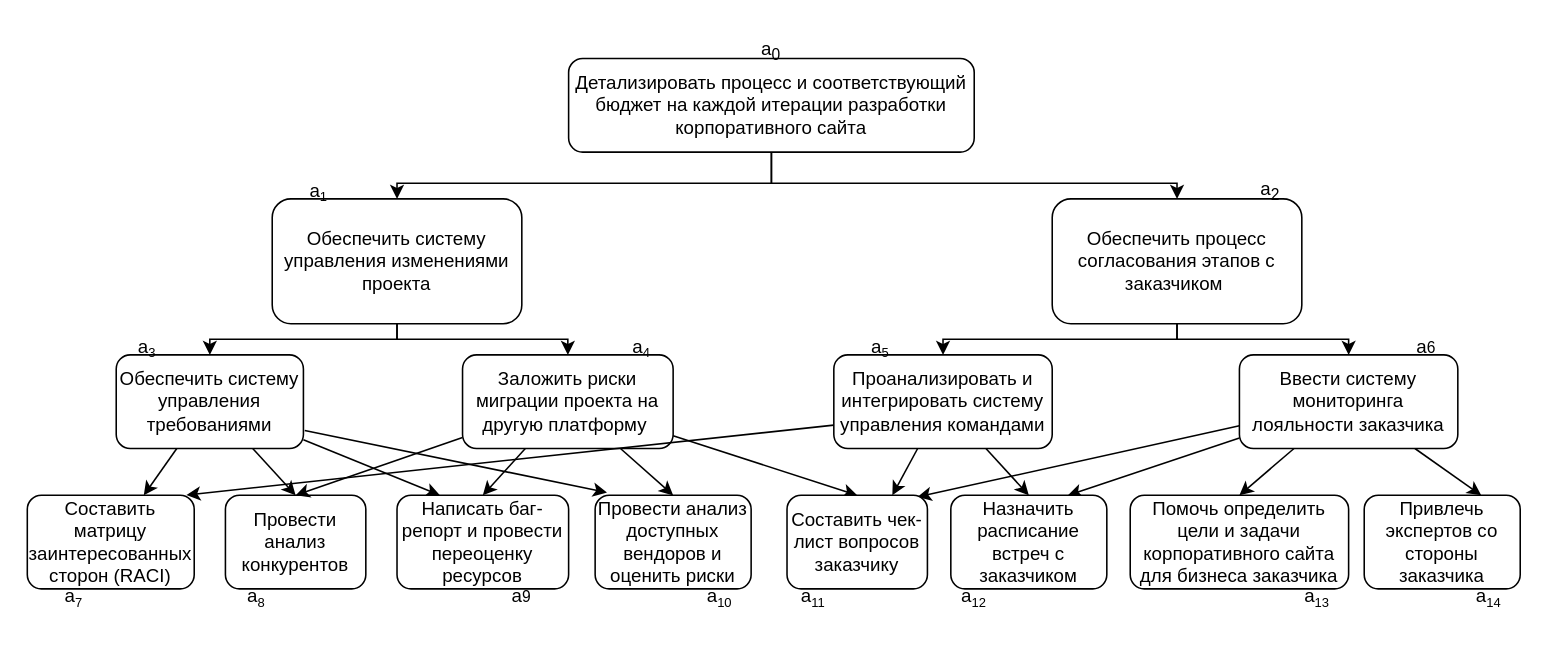
Before: page "Дерево целей" (8 of 8) of 3_курс/5_семестр/ТСиСА/Курсовая/модели2ч.drawio in Luzinsan/tusur, a draw.io diagram. Source tidied: cells renumbered, new cells numbered last; positions are measured from the earlier drawing's top-left corner, leaving out a move shared by most shapes. Both pictures are drawn from the tidied source at 156%, with x=0, y=0 at pixel (27, 27).
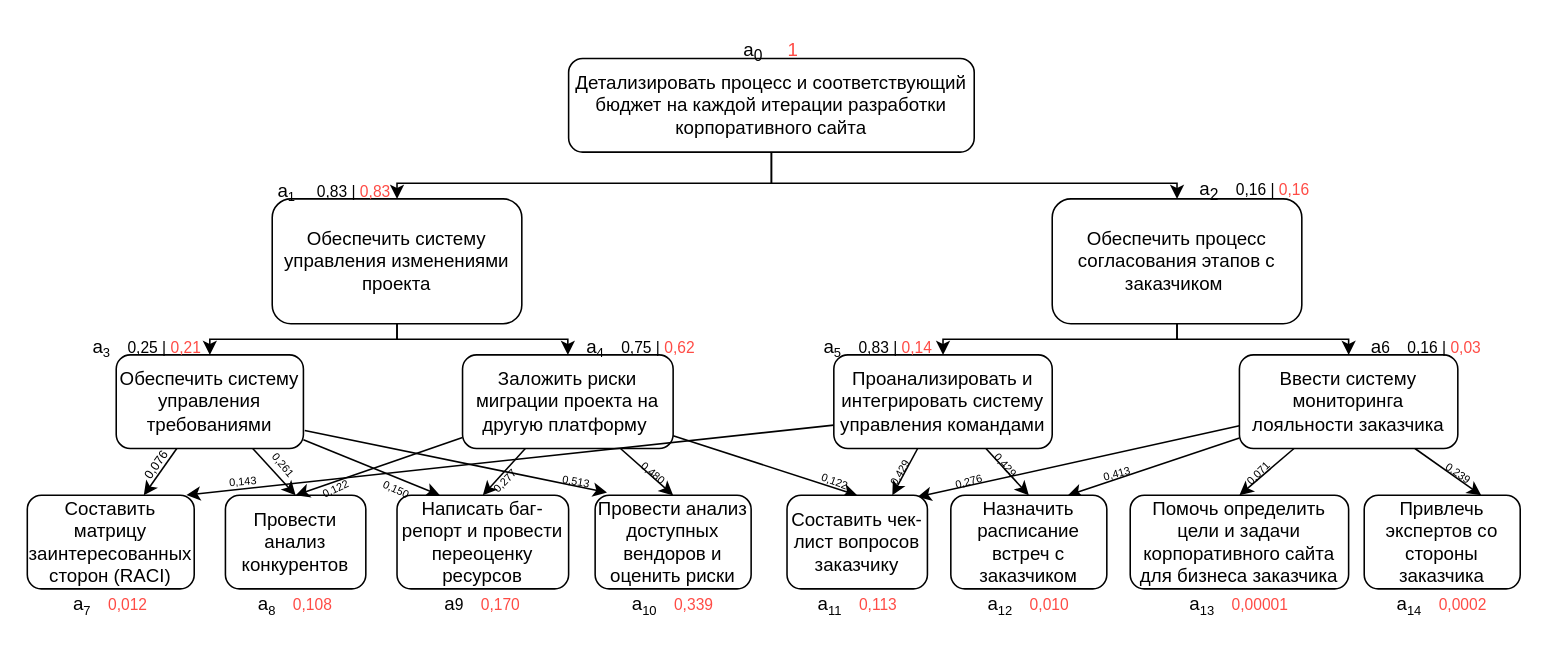
The same page after the edit.

What changed in the source:
```diff
@@
-    <mxCell id="38" value="a&lt;sub&gt;0&lt;/sub&gt;" style="text;html=1;strokeColor=none;fillColor=none;align=center;verticalAlign=middle;whiteSpace=wrap;rounded=0;" parent="1" vertex="1">
+    <mxCell id="38" value="a&lt;sub&gt;0&lt;/sub&gt;&lt;sup&gt;&amp;nbsp;&lt;/sup&gt;&amp;nbsp; &amp;nbsp; &lt;font color=&quot;#ff4b45&quot;&gt;1&lt;/font&gt;" style="text;html=1;strokeColor=none;fillColor=none;align=center;verticalAlign=middle;whiteSpace=wrap;rounded=0;" parent="1" vertex="1">
       <mxGeometry x="447" width="60" height="30" as="geometry" />
     </mxCell>
-    <mxCell id="39" value="a&lt;span style=&quot;font-size: 10px;&quot;&gt;&lt;sub&gt;1&lt;/sub&gt;&lt;/span&gt;" style="text;html=1;strokeColor=none;fillColor=none;align=center;verticalAlign=middle;whiteSpace=wrap;rounded=0;" parent="1" vertex="1">
-      <mxGeometry x="157" y="90" width="60" height="30" as="geometry" />
+    <mxCell id="39" value="a&lt;span style=&quot;font-size: 10px;&quot;&gt;&lt;sub&gt;1&lt;/sub&gt;&amp;nbsp; &amp;nbsp; &amp;nbsp;0,83 | &lt;font color=&quot;#ff4b45&quot;&gt;0,83&lt;/font&gt;&lt;/span&gt;" style="text;html=1;strokeColor=none;fillColor=none;align=center;verticalAlign=middle;whiteSpace=wrap;rounded=0;" parent="1" vertex="1">
+      <mxGeometry x="157" y="90" width="80" height="30" as="geometry" />
     </mxCell>
-    <mxCell id="40" value="a&lt;sub&gt;2&lt;/sub&gt;" style="text;html=1;strokeColor=none;fillColor=none;align=center;verticalAlign=middle;whiteSpace=wrap;rounded=0;" parent="1" vertex="1">
-      <mxGeometry x="767" y="90" width="60" height="30" as="geometry" />
+    <mxCell id="40" value="a&lt;sub&gt;2&lt;/sub&gt;&lt;span style=&quot;font-size: 10px;&quot;&gt;&amp;nbsp;&amp;nbsp; &amp;nbsp;0,16 |&amp;nbsp;&lt;/span&gt;&lt;font style=&quot;font-size: 10px;&quot; color=&quot;#ff4b45&quot;&gt;0,16&lt;/font&gt;" style="text;html=1;strokeColor=none;fillColor=none;align=center;verticalAlign=middle;whiteSpace=wrap;rounded=0;" parent="1" vertex="1">
+      <mxGeometry x="747" y="90" width="80" height="30" as="geometry" />
     </mxCell>
-    <mxCell id="41" value="a&lt;span style=&quot;font-size: 10px;&quot;&gt;&lt;sub&gt;3&lt;/sub&gt;&lt;/span&gt;" style="text;html=1;strokeColor=none;fillColor=none;align=center;verticalAlign=middle;whiteSpace=wrap;rounded=0;" parent="1" vertex="1">
-      <mxGeometry x="47" y="190" width="60" height="30" as="geometry" />
+    <mxCell id="41" value="a&lt;span style=&quot;font-size: 10px;&quot;&gt;&lt;sub&gt;3&lt;/sub&gt;&lt;/span&gt;&lt;span style=&quot;font-size: 10px;&quot;&gt;&amp;nbsp;&amp;nbsp; &amp;nbsp;0,25 |&amp;nbsp;&lt;/span&gt;&lt;font style=&quot;font-size: 10px;&quot; color=&quot;#ff4b45&quot;&gt;0,21&lt;/font&gt;" style="text;html=1;strokeColor=none;fillColor=none;align=center;verticalAlign=middle;whiteSpace=wrap;rounded=0;" parent="1" vertex="1">
+      <mxGeometry x="37" y="190" width="80" height="30" as="geometry" />
     </mxCell>
-    <mxCell id="42" value="a&lt;span style=&quot;font-size: 10px;&quot;&gt;&lt;sub&gt;4&lt;/sub&gt;&lt;/span&gt;" style="text;html=1;strokeColor=none;fillColor=none;align=center;verticalAlign=middle;whiteSpace=wrap;rounded=0;" parent="1" vertex="1">
-      <mxGeometry x="364" y="190" width="60" height="30" as="geometry" />
+    <mxCell id="42" value="a&lt;span style=&quot;font-size: 10px;&quot;&gt;&lt;sub&gt;4&lt;/sub&gt;&lt;/span&gt;&lt;span style=&quot;font-size: 10px;&quot;&gt;&amp;nbsp;&amp;nbsp; &amp;nbsp;0,75 |&amp;nbsp;&lt;/span&gt;&lt;font style=&quot;font-size: 10px;&quot; color=&quot;#ff4b45&quot;&gt;0,62&lt;/font&gt;" style="text;html=1;strokeColor=none;fillColor=none;align=center;verticalAlign=middle;whiteSpace=wrap;rounded=0;" parent="1" vertex="1">
+      <mxGeometry x="357" y="190" width="73" height="30" as="geometry" />
     </mxCell>
-    <mxCell id="43" value="a&lt;span style=&quot;font-size: 10px;&quot;&gt;&lt;sub&gt;7&lt;/sub&gt;&lt;/span&gt;" style="text;html=1;strokeColor=none;fillColor=none;align=center;verticalAlign=middle;whiteSpace=wrap;rounded=0;" parent="1" vertex="1">
-      <mxGeometry y="350" width="60" height="30" as="geometry" />
+    <mxCell id="43" value="a&lt;span style=&quot;font-size: 10px;&quot;&gt;&lt;sub&gt;7&lt;/sub&gt;&lt;/span&gt;&lt;span style=&quot;font-size: 10px;&quot;&gt;&amp;nbsp; &amp;nbsp; &lt;/span&gt;&lt;font style=&quot;font-size: 10px;&quot; color=&quot;#ff4b45&quot;&gt;0,012&lt;/font&gt;" style="text;html=1;strokeColor=none;fillColor=none;align=center;verticalAlign=middle;whiteSpace=wrap;rounded=0;" parent="1" vertex="1">
+      <mxGeometry x="15" y="360" width="77" height="20" as="geometry" />
     </mxCell>
-    <mxCell id="44" value="a&lt;span style=&quot;font-size: 10px;&quot;&gt;&lt;sub&gt;8&lt;/sub&gt;&lt;/span&gt;" style="text;html=1;strokeColor=none;fillColor=none;align=center;verticalAlign=middle;whiteSpace=wrap;rounded=0;" parent="1" vertex="1">
-      <mxGeometry x="117" y="350" width="60" height="30" as="geometry" />
+    <mxCell id="44" value="a&lt;span style=&quot;font-size: 10px;&quot;&gt;&lt;sub&gt;8&lt;/sub&gt;&lt;/span&gt;&lt;span style=&quot;font-size: 10px;&quot;&gt;&amp;nbsp;&amp;nbsp; &amp;nbsp;&lt;/span&gt;&lt;font style=&quot;font-size: 10px;&quot; color=&quot;#ff4b45&quot;&gt;0,108&lt;/font&gt;" style="text;html=1;strokeColor=none;fillColor=none;align=center;verticalAlign=middle;whiteSpace=wrap;rounded=0;" parent="1" vertex="1">
+      <mxGeometry x="132" y="360" width="80" height="20" as="geometry" />
     </mxCell>
-    <mxCell id="45" value="a&lt;span style=&quot;font-size: 10px;&quot;&gt;9&lt;/span&gt;" style="text;html=1;strokeColor=none;fillColor=none;align=center;verticalAlign=middle;whiteSpace=wrap;rounded=0;" parent="1" vertex="1">
-      <mxGeometry x="287" y="350" width="60" height="30" as="geometry" />
+    <mxCell id="45" value="a&lt;span style=&quot;font-size: 10px;&quot;&gt;9&lt;/span&gt;&lt;span style=&quot;font-size: 10px;&quot;&gt;&amp;nbsp;&amp;nbsp; &amp;nbsp;&lt;/span&gt;&lt;font style=&quot;font-size: 10px;&quot; color=&quot;#ff4b45&quot;&gt;0,170&lt;/font&gt;" style="text;html=1;strokeColor=none;fillColor=none;align=center;verticalAlign=middle;whiteSpace=wrap;rounded=0;" parent="1" vertex="1">
+      <mxGeometry x="252" y="360" width="80" height="20" as="geometry" />
     </mxCell>
-    <mxCell id="46" value="a&lt;span style=&quot;font-size: 10px;&quot;&gt;&lt;sub&gt;10&lt;/sub&gt;&lt;/span&gt;" style="text;html=1;strokeColor=none;fillColor=none;align=center;verticalAlign=middle;whiteSpace=wrap;rounded=0;" parent="1" vertex="1">
-      <mxGeometry x="414" y="350" width="60" height="30" as="geometry" />
+    <mxCell id="46" value="a&lt;span style=&quot;font-size: 10px;&quot;&gt;&lt;sub&gt;10&lt;/sub&gt;&lt;/span&gt;&lt;span style=&quot;font-size: 10px;&quot;&gt;&amp;nbsp;&amp;nbsp; &amp;nbsp;&lt;/span&gt;&lt;font style=&quot;font-size: 10px;&quot; color=&quot;#ff4b45&quot;&gt;0,339&lt;/font&gt;" style="text;html=1;strokeColor=none;fillColor=none;align=center;verticalAlign=middle;whiteSpace=wrap;rounded=0;" parent="1" vertex="1">
+      <mxGeometry x="373" y="360" width="82" height="20" as="geometry" />
     </mxCell>
-    <mxCell id="47" value="a&lt;span style=&quot;font-size: 10px;&quot;&gt;&lt;sub&gt;11&lt;/sub&gt;&lt;/span&gt;" style="text;html=1;strokeColor=none;fillColor=none;align=center;verticalAlign=middle;whiteSpace=wrap;rounded=0;" parent="1" vertex="1">
-      <mxGeometry x="474" y="350" width="60" height="30" as="geometry" />
+    <mxCell id="47" value="a&lt;span style=&quot;font-size: 10px;&quot;&gt;&lt;sub&gt;11&lt;/sub&gt;&lt;/span&gt;&lt;span style=&quot;font-size: 10px;&quot;&gt;&amp;nbsp;&amp;nbsp; &amp;nbsp;&lt;/span&gt;&lt;font style=&quot;font-size: 10px;&quot; color=&quot;#ff4b45&quot;&gt;0,113&lt;/font&gt;" style="text;html=1;strokeColor=none;fillColor=none;align=center;verticalAlign=middle;whiteSpace=wrap;rounded=0;" parent="1" vertex="1">
+      <mxGeometry x="490.5" y="360" width="83" height="20" as="geometry" />
     </mxCell>
-    <mxCell id="48" value="a&lt;span style=&quot;font-size: 10px;&quot;&gt;&lt;sub&gt;12&lt;/sub&gt;&lt;/span&gt;" style="text;html=1;strokeColor=none;fillColor=none;align=center;verticalAlign=middle;whiteSpace=wrap;rounded=0;" parent="1" vertex="1">
-      <mxGeometry x="577" y="350" width="60" height="30" as="geometry" />
+    <mxCell id="48" value="a&lt;span style=&quot;font-size: 10px;&quot;&gt;&lt;sub&gt;12&lt;/sub&gt;&lt;/span&gt;&lt;span style=&quot;font-size: 10px;&quot;&gt;&amp;nbsp;&amp;nbsp; &amp;nbsp;&lt;/span&gt;&lt;font style=&quot;font-size: 10px;&quot; color=&quot;#ff4b45&quot;&gt;0,010&lt;/font&gt;" style="text;html=1;strokeColor=none;fillColor=none;align=center;verticalAlign=middle;whiteSpace=wrap;rounded=0;" parent="1" vertex="1">
+      <mxGeometry x="612" y="360" width="60" height="20" as="geometry" />
     </mxCell>
-    <mxCell id="49" value="a&lt;span style=&quot;font-size: 10px;&quot;&gt;&lt;sub&gt;5&lt;/sub&gt;&lt;/span&gt;" style="text;html=1;strokeColor=none;fillColor=none;align=center;verticalAlign=middle;whiteSpace=wrap;rounded=0;" parent="1" vertex="1">
-      <mxGeometry x="517" y="190" width="60" height="30" as="geometry" />
+    <mxCell id="49" value="a&lt;span style=&quot;font-size: 10px;&quot;&gt;&lt;sub&gt;5&lt;/sub&gt;&lt;/span&gt;&lt;span style=&quot;font-size: 10px;&quot;&gt;&amp;nbsp;&amp;nbsp; &amp;nbsp;0,83 |&amp;nbsp;&lt;/span&gt;&lt;font style=&quot;font-size: 10px;&quot; color=&quot;#ff4b45&quot;&gt;0,14&amp;nbsp;&lt;/font&gt;" style="text;html=1;strokeColor=none;fillColor=none;align=center;verticalAlign=middle;whiteSpace=wrap;rounded=0;" parent="1" vertex="1">
+      <mxGeometry x="507" y="190" width="80" height="30" as="geometry" />
     </mxCell>
-    <mxCell id="50" value="a&lt;span style=&quot;font-size: 10px;&quot;&gt;6&lt;/span&gt;" style="text;html=1;strokeColor=none;fillColor=none;align=center;verticalAlign=middle;whiteSpace=wrap;rounded=0;" parent="1" vertex="1">
-      <mxGeometry x="867" y="190" width="60" height="30" as="geometry" />
+    <mxCell id="50" value="a&lt;span style=&quot;font-size: 10px;&quot;&gt;6&lt;/span&gt;&lt;span style=&quot;font-size: 10px;&quot;&gt;&amp;nbsp;&amp;nbsp; &amp;nbsp;0,16 |&amp;nbsp;&lt;/span&gt;&lt;font style=&quot;font-size: 10px;&quot; color=&quot;#ff4b45&quot;&gt;0,03&lt;/font&gt;" style="text;html=1;strokeColor=none;fillColor=none;align=center;verticalAlign=middle;whiteSpace=wrap;rounded=0;" parent="1" vertex="1">
+      <mxGeometry x="857" y="190" width="80" height="30" as="geometry" />
     </mxCell>
-    <mxCell id="51" value="a&lt;span style=&quot;font-size: 10px;&quot;&gt;&lt;sub&gt;13&lt;/sub&gt;&lt;/span&gt;" style="text;html=1;strokeColor=none;fillColor=none;align=center;verticalAlign=middle;whiteSpace=wrap;rounded=0;" parent="1" vertex="1">
-      <mxGeometry x="797" y="350" width="60" height="30" as="geometry" />
+    <mxCell id="51" value="a&lt;span style=&quot;font-size: 10px;&quot;&gt;&lt;sub&gt;13&lt;/sub&gt;&lt;/span&gt;&lt;span style=&quot;font-size: 10px;&quot;&gt;&amp;nbsp;&amp;nbsp; &amp;nbsp;&lt;/span&gt;&lt;font style=&quot;font-size: 10px;&quot; color=&quot;#ff4b45&quot;&gt;0,00001&lt;/font&gt;" style="text;html=1;strokeColor=none;fillColor=none;align=center;verticalAlign=middle;whiteSpace=wrap;rounded=0;" parent="1" vertex="1">
+      <mxGeometry x="742" y="360" width="70" height="20" as="geometry" />
     </mxCell>
-    <mxCell id="52" value="a&lt;span style=&quot;font-size: 10px;&quot;&gt;&lt;sub&gt;14&lt;/sub&gt;&lt;/span&gt;" style="text;html=1;strokeColor=none;fillColor=none;align=center;verticalAlign=middle;whiteSpace=wrap;rounded=0;" parent="1" vertex="1">
-      <mxGeometry x="907" y="350" width="60" height="30" as="geometry" />
+    <mxCell id="52" value="a&lt;span style=&quot;font-size: 10px;&quot;&gt;&lt;sub&gt;14&lt;/sub&gt;&lt;/span&gt;&lt;span style=&quot;font-size: 10px;&quot;&gt;&amp;nbsp;&amp;nbsp; &amp;nbsp;&lt;/span&gt;&lt;font style=&quot;font-size: 10px;&quot; color=&quot;#ff4b45&quot;&gt;0,0002&lt;/font&gt;" style="text;html=1;strokeColor=none;fillColor=none;align=center;verticalAlign=middle;whiteSpace=wrap;rounded=0;" parent="1" vertex="1">
+      <mxGeometry x="877" y="360" width="60" height="20" as="geometry" />
     </mxCell>
+    <mxCell id="53" value="&lt;font style=&quot;&quot;&gt;&lt;font style=&quot;font-size: 8px;&quot;&gt;0,076&lt;/font&gt;&lt;br&gt;&lt;/font&gt;" style="text;html=1;strokeColor=none;fillColor=none;align=center;verticalAlign=middle;whiteSpace=wrap;rounded=0;rotation=-55;" parent="1" vertex="1">
+      <mxGeometry x="67" y="275" width="30" height="10" as="geometry" />
+    </mxCell>
+    <mxCell id="54" value="&lt;font style=&quot;&quot;&gt;&lt;font style=&quot;font-size: 7px;&quot;&gt;0,143&lt;/font&gt;&lt;br&gt;&lt;/font&gt;" style="text;html=1;strokeColor=none;fillColor=none;align=center;verticalAlign=middle;whiteSpace=wrap;rounded=0;rotation=-5;" parent="1" vertex="1">
+      <mxGeometry x="127" y="285" width="23" height="10" as="geometry" />
+    </mxCell>
+    <mxCell id="55" value="&lt;font style=&quot;&quot;&gt;&lt;font style=&quot;font-size: 7px;&quot;&gt;0,261&lt;/font&gt;&lt;br&gt;&lt;/font&gt;" style="text;html=1;strokeColor=none;fillColor=none;align=center;verticalAlign=middle;whiteSpace=wrap;rounded=0;rotation=50;" parent="1" vertex="1">
+      <mxGeometry x="154" y="275" width="23" height="10" as="geometry" />
+    </mxCell>
+    <mxCell id="56" value="&lt;font style=&quot;&quot;&gt;&lt;font style=&quot;font-size: 7px;&quot;&gt;0,150&lt;/font&gt;&lt;br&gt;&lt;/font&gt;" style="text;html=1;strokeColor=none;fillColor=none;align=center;verticalAlign=middle;whiteSpace=wrap;rounded=0;rotation=25;" parent="1" vertex="1">
+      <mxGeometry x="225.5" y="290" width="23" height="10" as="geometry" />
+    </mxCell>
+    <mxCell id="57" value="&lt;font style=&quot;&quot;&gt;&lt;font style=&quot;font-size: 7px;&quot;&gt;0,277&lt;/font&gt;&lt;br&gt;&lt;/font&gt;" style="text;html=1;strokeColor=none;fillColor=none;align=center;verticalAlign=middle;whiteSpace=wrap;rounded=0;rotation=-46;" parent="1" vertex="1">
+      <mxGeometry x="294" y="285" width="23" height="10" as="geometry" />
+    </mxCell>
+    <mxCell id="58" value="&lt;font style=&quot;&quot;&gt;&lt;font style=&quot;font-size: 7px;&quot;&gt;0,122&lt;/font&gt;&lt;br&gt;&lt;/font&gt;" style="text;html=1;strokeColor=none;fillColor=none;align=center;verticalAlign=middle;whiteSpace=wrap;rounded=0;rotation=-25;" parent="1" vertex="1">
+      <mxGeometry x="185.5" y="290" width="23" height="10" as="geometry" />
+    </mxCell>
+    <mxCell id="59" value="&lt;font style=&quot;&quot;&gt;&lt;font style=&quot;font-size: 7px;&quot;&gt;0,513&lt;/font&gt;&lt;br&gt;&lt;/font&gt;" style="text;html=1;strokeColor=none;fillColor=none;align=center;verticalAlign=middle;whiteSpace=wrap;rounded=0;rotation=10;" parent="1" vertex="1">
+      <mxGeometry x="341" y="285" width="23" height="10" as="geometry" />
+    </mxCell>
+    <mxCell id="60" value="&lt;font style=&quot;&quot;&gt;&lt;font style=&quot;font-size: 7px;&quot;&gt;0,480&lt;/font&gt;&lt;br&gt;&lt;/font&gt;" style="text;html=1;strokeColor=none;fillColor=none;align=center;verticalAlign=middle;whiteSpace=wrap;rounded=0;rotation=40;" parent="1" vertex="1">
+      <mxGeometry x="391" y="280" width="23" height="10" as="geometry" />
+    </mxCell>
+    <mxCell id="61" value="&lt;font style=&quot;&quot;&gt;&lt;font style=&quot;font-size: 7px;&quot;&gt;0,122&lt;/font&gt;&lt;br&gt;&lt;/font&gt;" style="text;html=1;strokeColor=none;fillColor=none;align=center;verticalAlign=middle;whiteSpace=wrap;rounded=0;rotation=20;" parent="1" vertex="1">
+      <mxGeometry x="507" y="285" width="23" height="10" as="geometry" />
+    </mxCell>
+    <mxCell id="62" value="&lt;font style=&quot;&quot;&gt;&lt;font style=&quot;font-size: 7px;&quot;&gt;0,429&lt;/font&gt;&lt;br&gt;&lt;/font&gt;" style="text;html=1;strokeColor=none;fillColor=none;align=center;verticalAlign=middle;whiteSpace=wrap;rounded=0;rotation=-60;" parent="1" vertex="1">
+      <mxGeometry x="547" y="280" width="23" height="10" as="geometry" />
+    </mxCell>
+    <mxCell id="63" value="&lt;font style=&quot;&quot;&gt;&lt;font style=&quot;font-size: 7px;&quot;&gt;0,276&lt;/font&gt;&lt;br&gt;&lt;/font&gt;" style="text;html=1;strokeColor=none;fillColor=none;align=center;verticalAlign=middle;whiteSpace=wrap;rounded=0;rotation=-15;" parent="1" vertex="1">
+      <mxGeometry x="592" y="285" width="23" height="10" as="geometry" />
+    </mxCell>
+    <mxCell id="64" value="&lt;font style=&quot;&quot;&gt;&lt;font style=&quot;font-size: 7px;&quot;&gt;0,429&lt;/font&gt;&lt;br&gt;&lt;/font&gt;" style="text;html=1;strokeColor=none;fillColor=none;align=center;verticalAlign=middle;whiteSpace=wrap;rounded=0;rotation=48;" parent="1" vertex="1">
+      <mxGeometry x="617" y="275" width="23" height="10" as="geometry" />
+    </mxCell>
+    <mxCell id="65" value="&lt;font style=&quot;&quot;&gt;&lt;font style=&quot;font-size: 7px;&quot;&gt;0,413&lt;/font&gt;&lt;br&gt;&lt;/font&gt;" style="text;html=1;strokeColor=none;fillColor=none;align=center;verticalAlign=middle;whiteSpace=wrap;rounded=0;rotation=-15;" parent="1" vertex="1">
+      <mxGeometry x="687" y="280" width="23" height="10" as="geometry" />
+    </mxCell>
+    <mxCell id="66" value="&lt;font style=&quot;&quot;&gt;&lt;font style=&quot;font-size: 7px;&quot;&gt;0,071&lt;/font&gt;&lt;br&gt;&lt;/font&gt;" style="text;html=1;strokeColor=none;fillColor=none;align=center;verticalAlign=middle;whiteSpace=wrap;rounded=0;rotation=-45;" parent="1" vertex="1">
+      <mxGeometry x="777" y="280" width="23" height="10" as="geometry" />
+    </mxCell>
+    <mxCell id="67" value="&lt;font style=&quot;&quot;&gt;&lt;font style=&quot;font-size: 7px;&quot;&gt;0,239&lt;/font&gt;&lt;br&gt;&lt;/font&gt;" style="text;html=1;strokeColor=none;fillColor=none;align=center;verticalAlign=middle;whiteSpace=wrap;rounded=0;rotation=35;" parent="1" vertex="1">
+      <mxGeometry x="907" y="280" width="23" height="10" as="geometry" />
+    </mxCell>
```
